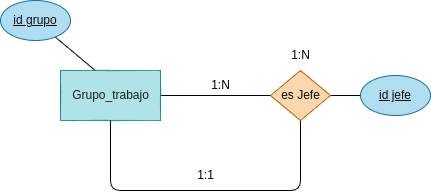
betancorge/base-datos-2 keeps this draw.io diagram as tareas/tarea-3/images/ejercicio17.drawio.png. Above is the earlier version. Source tidied: cells renumbered, new cells last; positions are measured from the earlier drawing's top-left corner, leaving out a move shared by most shapes.
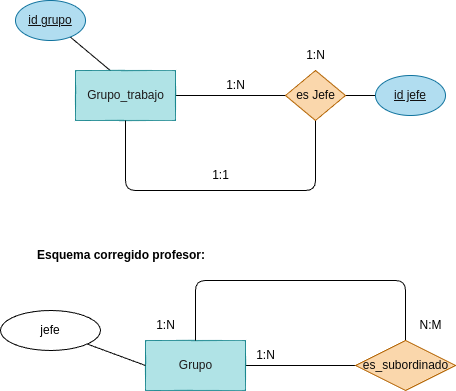
After the commit.

Change to the diagram source:
```diff
@@ -40,5 +40,42 @@
     <mxCell id="12" value="id jefe" style="ellipse;whiteSpace=wrap;html=1;align=center;fontStyle=4;fillColor=#b1ddf0;strokeColor=#10739e;fontColor=#121111;" parent="1" vertex="1">
       <mxGeometry x="360" y="75" width="70" height="40" as="geometry" />
     </mxCell>
+    <mxCell id="13" style="edgeStyle=none;html=1;entryX=0;entryY=0.5;entryDx=0;entryDy=0;endArrow=none;endFill=0;" parent="1" edge="1" source="14" target="16">
+      <mxGeometry relative="1" as="geometry" />
+    </mxCell>
+    <mxCell id="14" value="&lt;font color=&quot;#1d1b1b&quot;&gt;Grupo&lt;/font&gt;" style="html=1;dashed=0;whitespace=wrap;fillColor=#b0e3e6;strokeColor=#0e8088;" parent="1" vertex="1">
+      <mxGeometry x="130" y="340" width="100" height="50" as="geometry" />
+    </mxCell>
+    <mxCell id="15" style="edgeStyle=none;html=1;endArrow=none;endFill=0;exitX=0.5;exitY=0;exitDx=0;exitDy=0;" parent="1" edge="1" source="16">
+      <mxGeometry relative="1" as="geometry">
+        <mxPoint x="180" y="340" as="targetPoint" />
+        <Array as="points">
+          <mxPoint x="390" y="280" />
+          <mxPoint x="270" y="280" />
+          <mxPoint x="180" y="280" />
+        </Array>
+      </mxGeometry>
+    </mxCell>
+    <mxCell id="16" value="&lt;font color=&quot;#0a0a0a&quot;&gt;es_subordinado&lt;/font&gt;" style="shape=rhombus;html=1;dashed=0;whitespace=wrap;perimeter=rhombusPerimeter;fillColor=#fad7ac;strokeColor=#b46504;" parent="1" vertex="1">
+      <mxGeometry x="340" y="340" width="100" height="50" as="geometry" />
+    </mxCell>
+    <mxCell id="17" value="1:N" style="text;html=1;align=center;verticalAlign=middle;strokeColor=none;fillColor=none;" parent="1" vertex="1">
+      <mxGeometry x="230" y="340" width="40" height="30" as="geometry" />
+    </mxCell>
+    <mxCell id="18" value="1:N" style="text;html=1;align=center;verticalAlign=middle;strokeColor=none;fillColor=none;" parent="1" vertex="1">
+      <mxGeometry x="130" y="310" width="40" height="30" as="geometry" />
+    </mxCell>
+    <mxCell id="19" value="&lt;h1 style=&quot;margin-top: 0px;&quot;&gt;&lt;font style=&quot;font-size: 12px;&quot;&gt;Esquema corregido profesor:&lt;/font&gt;&lt;/h1&gt;" style="text;html=1;whiteSpace=wrap;overflow=hidden;rounded=0;" parent="1" vertex="1">
+      <mxGeometry x="20" y="230" width="190" height="50" as="geometry" />
+    </mxCell>
+    <mxCell id="20" value="N:M" style="text;html=1;align=center;verticalAlign=middle;strokeColor=none;fillColor=none;" parent="1" vertex="1">
+      <mxGeometry x="390" y="310" width="50" height="30" as="geometry" />
+    </mxCell>
+    <mxCell id="21" style="edgeStyle=none;html=1;entryX=0;entryY=0.5;entryDx=0;entryDy=0;endArrow=none;endFill=0;" parent="1" edge="1" source="22" target="14">
+      <mxGeometry relative="1" as="geometry" />
+    </mxCell>
+    <mxCell id="22" value="jefe" style="ellipse;whiteSpace=wrap;html=1;align=center;" parent="1" vertex="1">
+      <mxGeometry x="-15" y="310" width="100" height="40" as="geometry" />
+    </mxCell>
   </root>
 </mxGraphModel>
```
